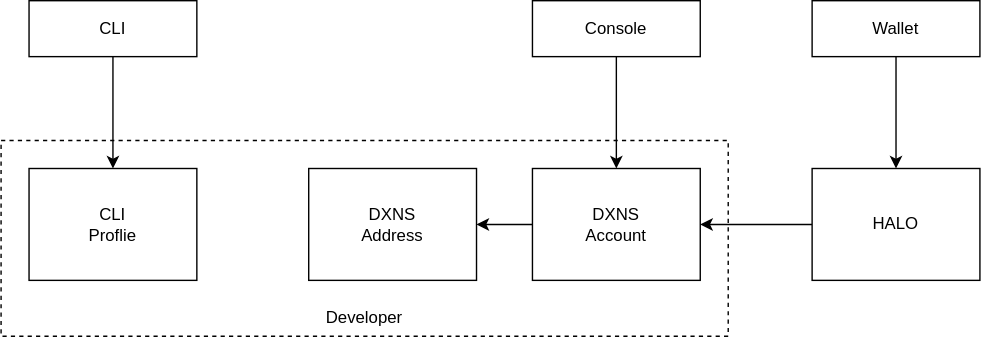
Before: docs/design/Untitled Diagram.svg, a diagram exported from draw.io (dxos/dxos). Source tidied: cells renumbered, new cells last; positions are measured from the earlier drawing's top-left corner, leaving out a move shared by most shapes. Source of this version:
```xml
<mxGraphModel>
  <root>
    <mxCell id="0" />
    <mxCell id="1" parent="0" />
    <mxCell id="2" value="Developer" style="rounded=0;whiteSpace=wrap;html=1;dashed=1;verticalAlign=bottom;spacingTop=4;spacingBottom=4;" parent="1" vertex="1">
      <mxGeometry y="100" width="520" height="140" as="geometry" />
    </mxCell>
    <mxCell id="3" value="CLI&lt;br&gt;Proflie" style="rounded=0;whiteSpace=wrap;html=1;" parent="1" vertex="1">
      <mxGeometry x="20" y="120" width="120" height="80" as="geometry" />
    </mxCell>
    <mxCell id="4" value="DXNS&lt;br&gt;Address" style="rounded=0;whiteSpace=wrap;html=1;" parent="1" vertex="1">
      <mxGeometry x="220" y="120" width="120" height="80" as="geometry" />
    </mxCell>
    <mxCell id="5" style="edgeStyle=orthogonalEdgeStyle;rounded=0;jettySize=auto;html=1;exitX=0;exitY=0.5;exitDx=0;exitDy=0;entryX=1;entryY=0.5;entryDx=0;entryDy=0;" parent="1" edge="1" source="6" target="4">
      <mxGeometry relative="1" as="geometry" />
    </mxCell>
    <mxCell id="6" value="DXNS&lt;br&gt;Account" style="rounded=0;whiteSpace=wrap;html=1;" parent="1" vertex="1">
      <mxGeometry x="380" y="120" width="120" height="80" as="geometry" />
    </mxCell>
    <mxCell id="7" style="edgeStyle=orthogonalEdgeStyle;rounded=0;jettySize=auto;html=1;exitX=0;exitY=0.5;exitDx=0;exitDy=0;entryX=1;entryY=0.5;entryDx=0;entryDy=0;" parent="1" edge="1" source="8" target="6">
      <mxGeometry relative="1" as="geometry" />
    </mxCell>
    <mxCell id="8" value="HALO" style="rounded=0;whiteSpace=wrap;html=1;" parent="1" vertex="1">
      <mxGeometry x="580" y="120" width="120" height="80" as="geometry" />
    </mxCell>
    <mxCell id="9" style="edgeStyle=orthogonalEdgeStyle;rounded=0;jettySize=auto;html=1;exitX=0.5;exitY=1;exitDx=0;exitDy=0;entryX=0.5;entryY=0;entryDx=0;entryDy=0;" parent="1" edge="1" source="10" target="3">
      <mxGeometry relative="1" as="geometry" />
    </mxCell>
    <mxCell id="10" value="CLI" style="rounded=0;whiteSpace=wrap;html=1;" parent="1" vertex="1">
      <mxGeometry x="20" width="120" height="40" as="geometry" />
    </mxCell>
    <mxCell id="11" style="edgeStyle=orthogonalEdgeStyle;rounded=0;jettySize=auto;html=1;exitX=0.5;exitY=1;exitDx=0;exitDy=0;" parent="1" edge="1" source="12" target="6">
      <mxGeometry relative="1" as="geometry" />
    </mxCell>
    <mxCell id="12" value="Console" style="rounded=0;whiteSpace=wrap;html=1;" parent="1" vertex="1">
      <mxGeometry x="380" width="120" height="40" as="geometry" />
    </mxCell>
    <mxCell id="13" style="edgeStyle=orthogonalEdgeStyle;rounded=0;jettySize=auto;html=1;exitX=0.5;exitY=1;exitDx=0;exitDy=0;entryX=0.5;entryY=0;entryDx=0;entryDy=0;" parent="1" edge="1" source="14" target="8">
      <mxGeometry relative="1" as="geometry" />
    </mxCell>
    <mxCell id="14" value="Wallet" style="rounded=0;whiteSpace=wrap;html=1;" parent="1" vertex="1">
      <mxGeometry x="580" width="120" height="40" as="geometry" />
    </mxCell>
  </root>
</mxGraphModel>
```
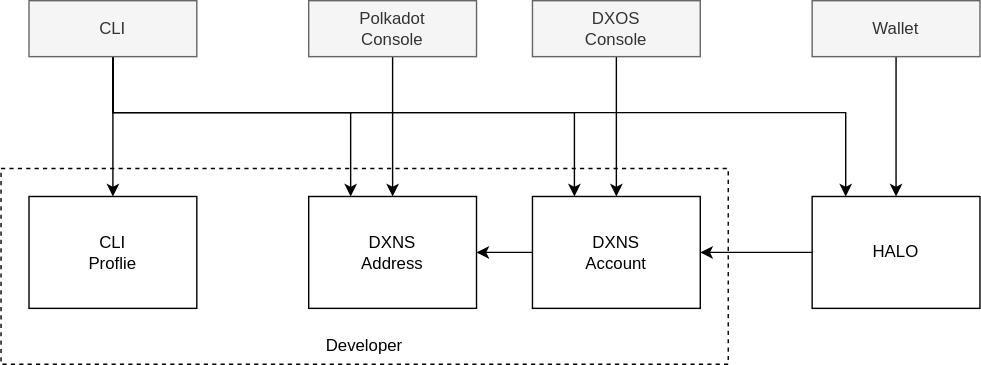
Above is the later version.

What changed in the source:
```diff
@@ -26,20 +26,50 @@
     <mxCell id="9" style="edgeStyle=orthogonalEdgeStyle;rounded=0;jettySize=auto;html=1;exitX=0.5;exitY=1;exitDx=0;exitDy=0;entryX=0.5;entryY=0;entryDx=0;entryDy=0;" parent="1" edge="1" source="10" target="3">
       <mxGeometry relative="1" as="geometry" />
     </mxCell>
+    <mxCell id="15" style="edgeStyle=orthogonalEdgeStyle;rounded=0;jettySize=auto;html=1;exitX=0.5;exitY=1;exitDx=0;exitDy=0;entryX=0.25;entryY=0;entryDx=0;entryDy=0;" parent="1" edge="1" source="10" target="4">
+      <mxGeometry relative="1" as="geometry">
+        <Array as="points">
+          <mxPoint x="80" y="60" />
+          <mxPoint x="250" y="60" />
+        </Array>
+      </mxGeometry>
+    </mxCell>
+    <mxCell id="16" style="edgeStyle=orthogonalEdgeStyle;rounded=0;jettySize=auto;html=1;exitX=0.5;exitY=1;exitDx=0;exitDy=0;entryX=0.25;entryY=0;entryDx=0;entryDy=0;" parent="1" edge="1" source="10" target="6">
+      <mxGeometry relative="1" as="geometry">
+        <Array as="points">
+          <mxPoint x="80" y="60" />
+          <mxPoint x="410" y="60" />
+        </Array>
+      </mxGeometry>
+    </mxCell>
+    <mxCell id="17" style="edgeStyle=orthogonalEdgeStyle;rounded=0;jettySize=auto;html=1;exitX=0.5;exitY=1;exitDx=0;exitDy=0;entryX=0.2;entryY=0;entryDx=0;entryDy=0;entryPerimeter=0;" parent="1" edge="1" source="10" target="8">
+      <mxGeometry relative="1" as="geometry">
+        <Array as="points">
+          <mxPoint x="80" y="60" />
+          <mxPoint x="604" y="60" />
+        </Array>
+      </mxGeometry>
+    </mxCell>
-    <mxCell id="10" value="CLI" style="rounded=0;whiteSpace=wrap;html=1;" parent="1" vertex="1">
-      <mxGeometry x="20" width="120" height="40" as="geometry" />
+    <mxCell id="10" value="CLI" style="rounded=0;whiteSpace=wrap;html=1;fillColor=#f5f5f5;strokeColor=#666666;fontColor=#333333;" parent="1" vertex="1">
+      <mxGeometry x="20" y="-20" width="120" height="40" as="geometry" />
     </mxCell>
     <mxCell id="11" style="edgeStyle=orthogonalEdgeStyle;rounded=0;jettySize=auto;html=1;exitX=0.5;exitY=1;exitDx=0;exitDy=0;" parent="1" edge="1" source="12" target="6">
       <mxGeometry relative="1" as="geometry" />
     </mxCell>
-    <mxCell id="12" value="Console" style="rounded=0;whiteSpace=wrap;html=1;" parent="1" vertex="1">
-      <mxGeometry x="380" width="120" height="40" as="geometry" />
+    <mxCell id="12" value="DXOS&lt;br&gt;Console" style="rounded=0;whiteSpace=wrap;html=1;fillColor=#f5f5f5;strokeColor=#666666;fontColor=#333333;" parent="1" vertex="1">
+      <mxGeometry x="380" y="-20" width="120" height="40" as="geometry" />
     </mxCell>
     <mxCell id="13" style="edgeStyle=orthogonalEdgeStyle;rounded=0;jettySize=auto;html=1;exitX=0.5;exitY=1;exitDx=0;exitDy=0;entryX=0.5;entryY=0;entryDx=0;entryDy=0;" parent="1" edge="1" source="14" target="8">
       <mxGeometry relative="1" as="geometry" />
     </mxCell>
-    <mxCell id="14" value="Wallet" style="rounded=0;whiteSpace=wrap;html=1;" parent="1" vertex="1">
-      <mxGeometry x="580" width="120" height="40" as="geometry" />
+    <mxCell id="14" value="Wallet" style="rounded=0;whiteSpace=wrap;html=1;fillColor=#f5f5f5;strokeColor=#666666;fontColor=#333333;" parent="1" vertex="1">
+      <mxGeometry x="580" y="-20" width="120" height="40" as="geometry" />
     </mxCell>
+    <mxCell id="18" style="edgeStyle=orthogonalEdgeStyle;rounded=0;jettySize=auto;html=1;exitX=0.5;exitY=1;exitDx=0;exitDy=0;entryX=0.5;entryY=0;entryDx=0;entryDy=0;" parent="1" edge="1" source="19" target="4">
+      <mxGeometry relative="1" as="geometry" />
+    </mxCell>
+    <mxCell id="19" value="Polkadot&lt;br&gt;Console" style="rounded=0;whiteSpace=wrap;html=1;fillColor=#f5f5f5;strokeColor=#666666;fontColor=#333333;" parent="1" vertex="1">
+      <mxGeometry x="220" y="-20" width="120" height="40" as="geometry" />
+    </mxCell>
   </root>
 </mxGraphModel>
```
